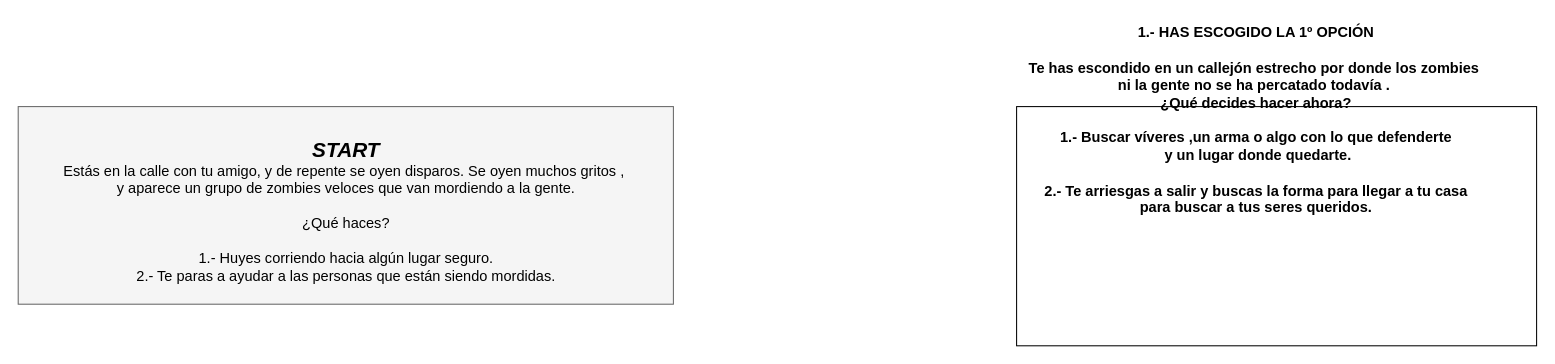
Earlier version of the draw.io diagram Untitled Diagram.drawio (Jayadevi2000/3DAM). Source tidied: cells renumbered, new cells numbered last; positions are measured from the earlier drawing's top-left corner, leaving out a move shared by most shapes. Both pictures are drawn from the tidied source at 104%, with x=0, y=0 at pixel (18, 18).
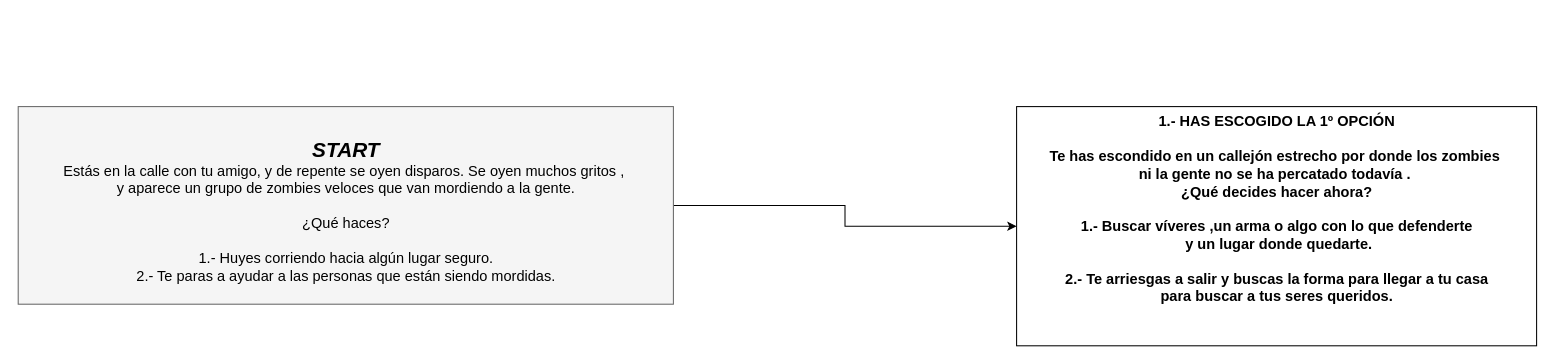
The same page after the edit.

What changed in the source:
```diff
@@
 <mxGraphModel>
   <root>
     <mxCell id="0" />
     <mxCell id="1" parent="0" />
+    <mxCell id="6" style="edgeStyle=orthogonalEdgeStyle;rounded=0;jettySize=auto;html=1;exitX=1;exitY=0.5;exitDx=0;exitDy=0;entryX=0;entryY=0.5;entryDx=0;entryDy=0;fontSize=14;" parent="1" edge="1" source="2" target="4">
+      <mxGeometry relative="1" as="geometry" />
+    </mxCell>
     <mxCell id="2" style="rounded=0;whiteSpace=wrap;html=1;fillColor=#f5f5f5;strokeColor=#666666;fontColor=#333333;fontFamily=Lucida Caligraphy;fontSize=14;" parent="1" vertex="1">
       <mxGeometry y="85" width="630" height="190" as="geometry" />
     </mxCell>
     <mxCell id="3" value="&lt;div style=&quot;font-size: 20px&quot;&gt;&lt;i&gt;&lt;b&gt;START&lt;/b&gt;&lt;/i&gt;&lt;/div&gt;&lt;div&gt;Estás en la calle con tu amigo, y de repente se oyen disparos. Se oyen muchos gritos ,&amp;nbsp;&lt;/div&gt;&lt;div&gt;y aparece un grupo de zombies veloces que van mordiendo a la gente.&lt;/div&gt;&lt;div&gt;&lt;br&gt;&lt;/div&gt;&lt;div&gt;¿Qué haces?&lt;/div&gt;&lt;div&gt;&lt;br&gt;&lt;/div&gt;&lt;div&gt;1.- Huyes corriendo hacia algún lugar seguro.&lt;/div&gt;&lt;div&gt;2.- Te paras a ayudar a las personas que están siendo mordidas.&lt;/div&gt;" style="text;html=1;align=center;verticalAlign=middle;fillColor=none;strokeColor=none;rounded=0;fontSize=14;" parent="1" vertex="1">
       <mxGeometry x="35" y="115" width="560" height="140" as="geometry" />
     </mxCell>
     <mxCell id="4" style="rounded=0;whiteSpace=wrap;html=1;fontSize=14;" parent="1" vertex="1">
       <mxGeometry x="960" y="85" width="500" height="230" as="geometry" />
     </mxCell>
     <mxCell id="5" value="&lt;b&gt;1.- HAS ESCOGIDO LA 1º OPCIÓN&lt;br&gt;&lt;br&gt;Te has escondido en un callejón estrecho por donde los zombies&amp;nbsp;&lt;br&gt;ni la gente no se ha percatado todavía .&amp;nbsp;&lt;br&gt;¿Qué decides hacer ahora?&lt;br&gt;&lt;br&gt;1.- Buscar víveres ,un arma o algo con lo que defenderte&lt;br&gt;&amp;nbsp;y un lugar donde quedarte.&lt;br&gt;&lt;br&gt;2.- Te arriesgas a salir y buscas la forma para llegar a tu casa&lt;br&gt;para buscar a tus seres queridos.&lt;br&gt;&lt;br&gt;&lt;br&gt;&lt;/b&gt;" style="text;html=1;align=center;verticalAlign=middle;fillColor=none;strokeColor=none;rounded=0;fontSize=14;" parent="1" vertex="1">
-      <mxGeometry x="965" width="450" height="230" as="geometry" />
+      <mxGeometry x="985" y="85" width="450" height="230" as="geometry" />
     </mxCell>
   </root>
 </mxGraphModel>
```
